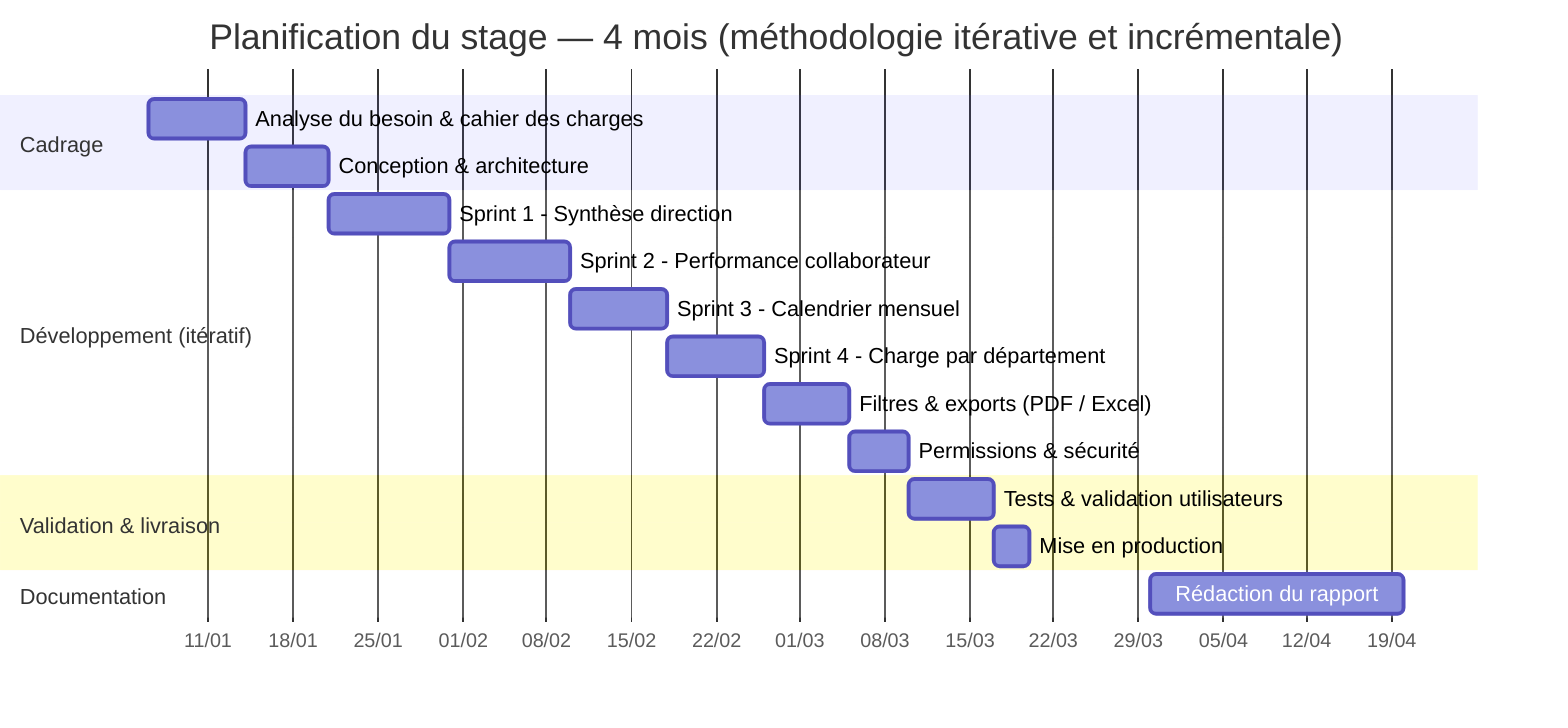
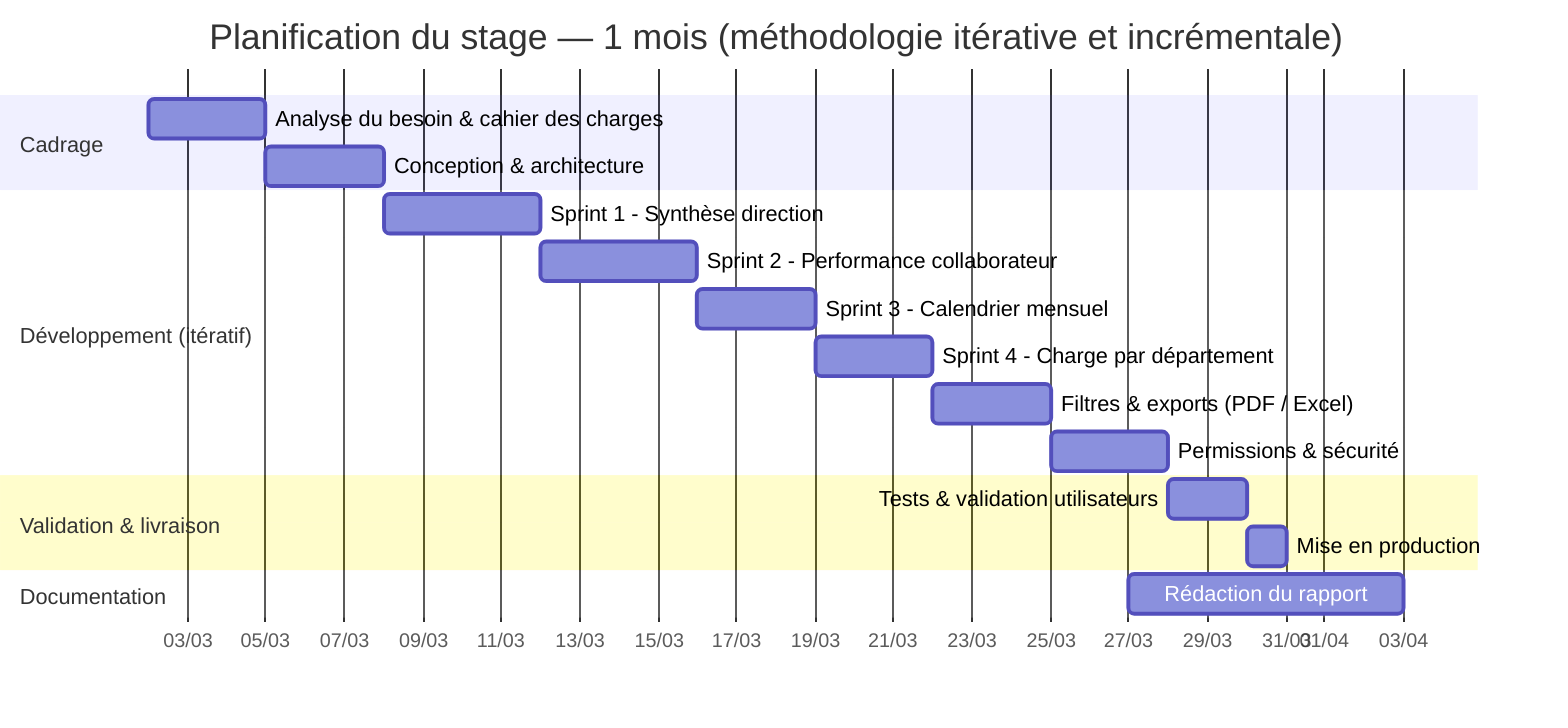
gantt
-     title Planification du stage — 4 mois (méthodologie itérative et incrémentale)
+     title Planification du stage — 1 mois (méthodologie itérative et incrémentale)
    dateFormat YYYY-MM-DD
    axisFormat %d/%m

    section Cadrage
-     Analyse du besoin & cahier des charges :a1, 2026-01-06, 8d
-     Conception & architecture              :a2, after a1, 7d
+     Analyse du besoin & cahier des charges :a1, 2026-03-02, 3d
+     Conception & architecture              :a2, after a1, 3d

    section Développement (itératif)
-     Sprint 1 - Synthèse direction          :b1, after a2, 10d
-     Sprint 2 - Performance collaborateur   :b2, after b1, 10d
-     Sprint 3 - Calendrier mensuel          :b3, after b2, 8d
-     Sprint 4 - Charge par département       :b4, after b3, 8d
-     Filtres & exports (PDF / Excel)        :b5, after b4, 7d
-     Permissions & sécurité                 :b6, after b5, 5d
+     Sprint 1 - Synthèse direction          :b1, after a2, 4d
+     Sprint 2 - Performance collaborateur   :b2, after b1, 4d
+     Sprint 3 - Calendrier mensuel          :b3, after b2, 3d
+     Sprint 4 - Charge par département       :b4, after b3, 3d
+     Filtres & exports (PDF / Excel)        :b5, after b4, 3d
+     Permissions & sécurité                 :b6, after b5, 3d

    section Validation & livraison
-     Tests & validation utilisateurs        :c1, after b6, 7d
-     Mise en production                     :c2, after c1, 3d
+     Tests & validation utilisateurs        :c1, after b6, 2d
+     Mise en production                     :c2, after c1, 1d

    section Documentation
-     Rédaction du rapport                   :d1, 2026-03-30, 21d
+     Rédaction du rapport                   :d1, 2026-03-27, 7d
